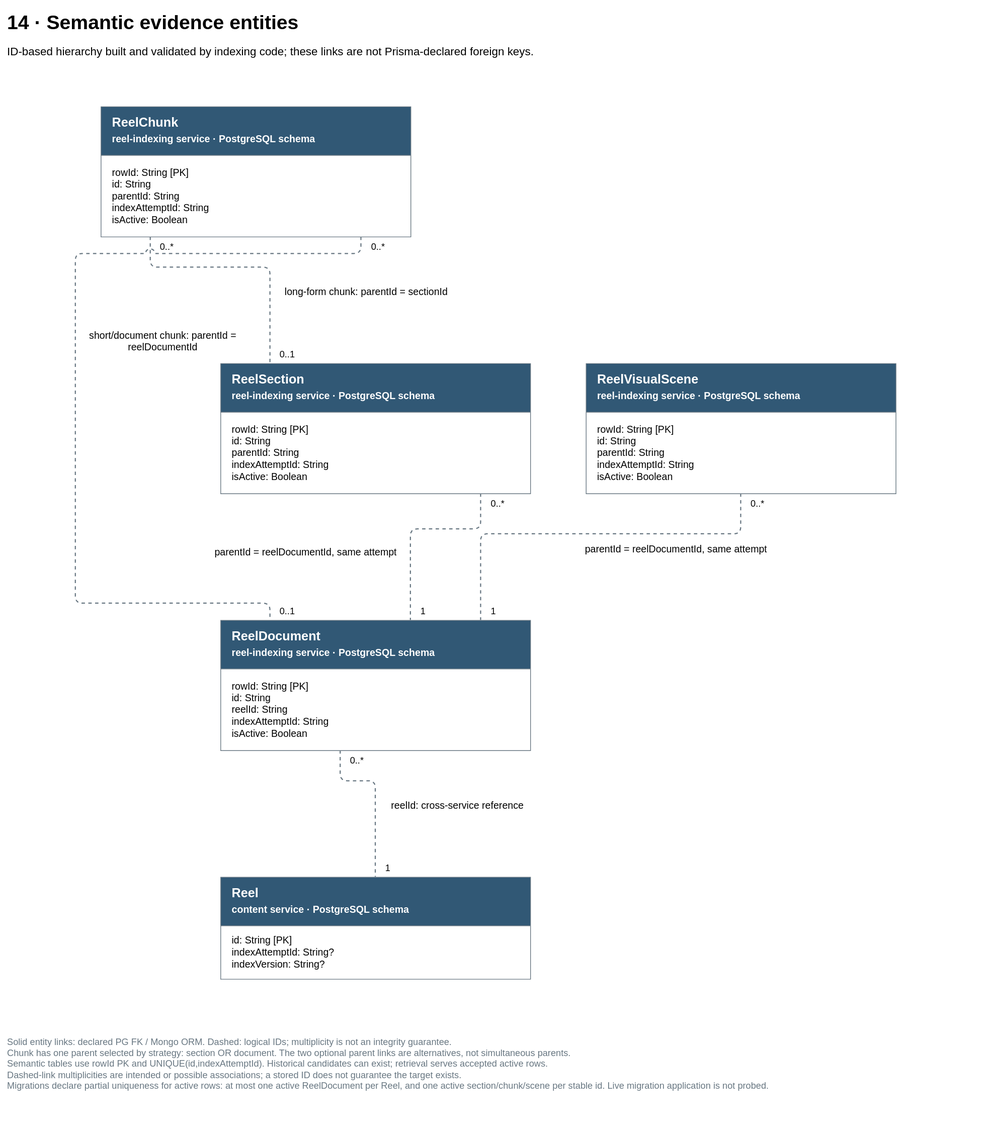
Before: docs/diagrams/velora-current/importable-svg/14-semantic-hierarchy.drawio.svg, a diagram exported from draw.io (HieuCuteDangYeu/velora-backend). Source tidied: cells renumbered, new cells last; positions are measured from the earlier drawing's top-left corner, leaving out a move shared by most shapes.
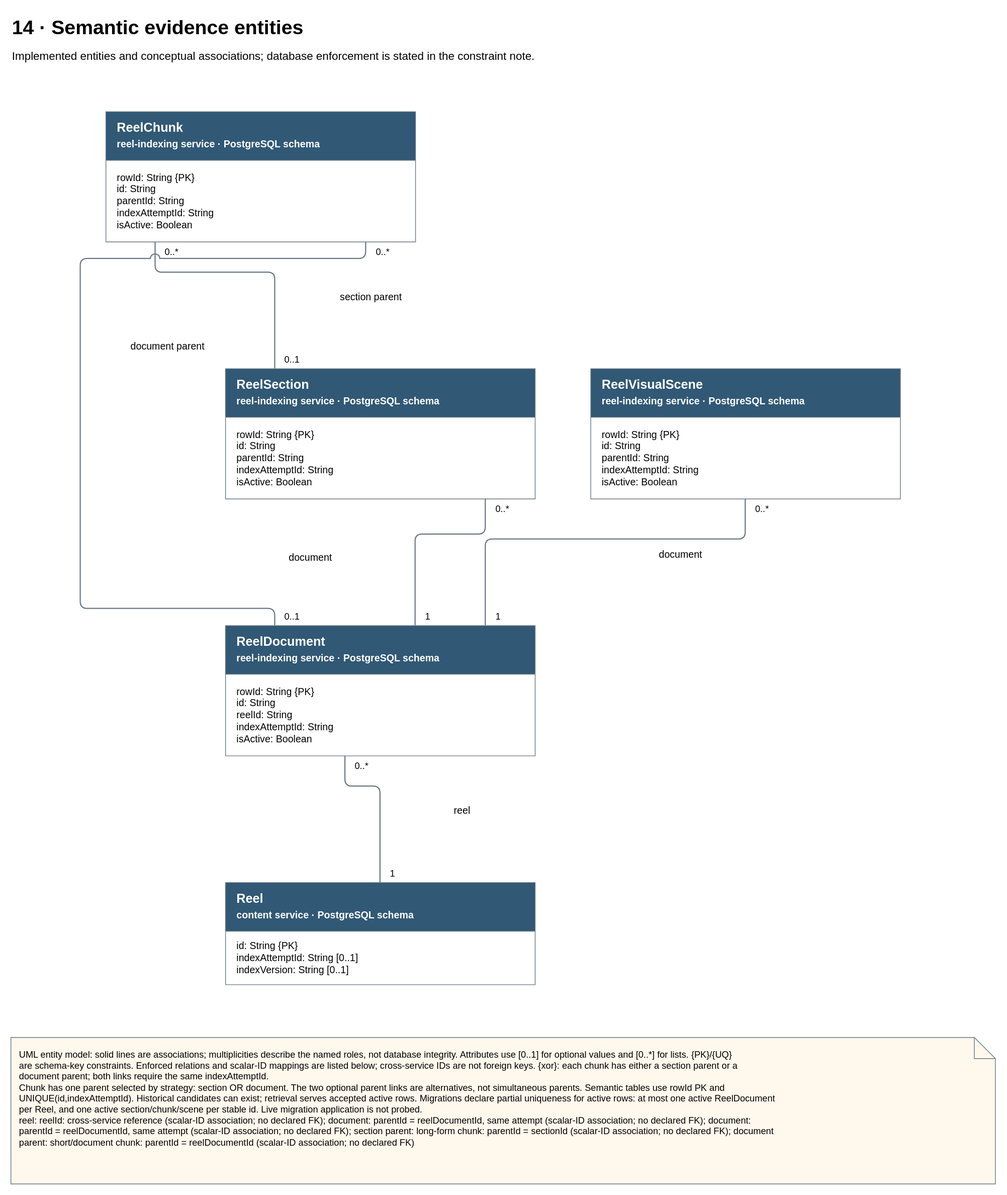
After the commit.

The edit, as a diff of the source:
```diff
@@ -2,7 +2,7 @@
   <root>
     <mxCell id="0" style="fontFamily=Arial;" />
     <mxCell id="1" style="fontFamily=Arial;" parent="0" />
-    <mxCell id="2" style="edgeStyle=none;noEdgeStyle=1;html=1;strokeColor=#687782;strokeWidth=1.6;jumpStyle=arc;jumpSize=12;exitPerimeter=0;entryPerimeter=0;exitX=0.38666666666666666;exitY=1.0;entryX=0.5;entryY=0.0;endArrow=none;dashed=1;fontFamily=Arial;" parent="1" edge="1" source="24" target="22">
+    <mxCell id="2" style="edgeStyle=none;noEdgeStyle=1;html=1;strokeColor=#687782;strokeWidth=1.6;jumpStyle=arc;jumpSize=12;exitPerimeter=0;entryPerimeter=0;exitX=0.38666666666666666;exitY=1.0;entryX=0.5;entryY=0.0;endArrow=none;fontFamily=Arial;" parent="1" edge="1" source="24" target="22">
       <mxGeometry relative="1" as="geometry">
         <Array as="points">
           <mxPoint x="475.1" y="1101.4" />
@@ -10,7 +10,7 @@
         </Array>
       </mxGeometry>
     </mxCell>
-    <mxCell id="3" value="reelId: cross-service reference" style="text;html=1;whiteSpace=wrap;overflow=hidden;fontFamily=Arial;fontSize=14;align=center;verticalAlign=middle;fillColor=#ffffff;spacing=0;fontFamily=Arial;" parent="1" vertex="1">
+    <mxCell id="3" value="reel" style="text;html=1;whiteSpace=wrap;overflow=hidden;fontFamily=Arial;fontSize=14;align=center;verticalAlign=middle;fillColor=#ffffff;spacing=0;fontFamily=Arial;" parent="1" vertex="1">
       <mxGeometry x="532" y="1119.5" width="219.4" height="32" as="geometry" />
     </mxCell>
     <mxCell id="4" value="0..*" style="text;html=1;whiteSpace=wrap;overflow=hidden;fontFamily=Arial;fontSize=13;align=left;verticalAlign=middle;fontFamily=Arial;" parent="1" vertex="1">
@@ -19,7 +19,7 @@
     <mxCell id="5" value="1" style="text;html=1;whiteSpace=wrap;overflow=hidden;fontFamily=Arial;fontSize=13;align=left;verticalAlign=middle;fontFamily=Arial;" parent="1" vertex="1">
       <mxGeometry x="537" y="1215" width="48" height="18" as="geometry" />
     </mxCell>
-    <mxCell id="6" style="edgeStyle=none;noEdgeStyle=1;html=1;strokeColor=#687782;strokeWidth=1.6;jumpStyle=arc;jumpSize=12;exitPerimeter=0;entryPerimeter=0;exitX=0.8400000000000001;exitY=1.0;entryX=0.6133333333333334;entryY=0.0;endArrow=none;dashed=1;fontFamily=Arial;" parent="1" edge="1" source="26" target="24">
+    <mxCell id="6" style="edgeStyle=none;noEdgeStyle=1;html=1;strokeColor=#687782;strokeWidth=1.6;jumpStyle=arc;jumpSize=12;exitPerimeter=0;entryPerimeter=0;exitX=0.8400000000000001;exitY=1.0;entryX=0.6133333333333334;entryY=0.0;endArrow=none;fontFamily=Arial;" parent="1" edge="1" source="26" target="24">
       <mxGeometry relative="1" as="geometry">
         <Array as="points">
           <mxPoint x="674.6" y="743.4" />
@@ -27,7 +27,7 @@
         </Array>
       </mxGeometry>
     </mxCell>
-    <mxCell id="7" value="parentId = reelDocumentId, same attempt" style="text;html=1;whiteSpace=wrap;overflow=hidden;fontFamily=Arial;fontSize=14;align=center;verticalAlign=middle;fillColor=#ffffff;spacing=0;fontFamily=Arial;" parent="1" vertex="1">
+    <mxCell id="7" value="document" style="text;html=1;whiteSpace=wrap;overflow=hidden;fontFamily=Arial;fontSize=14;align=center;verticalAlign=middle;fillColor=#ffffff;spacing=0;fontFamily=Arial;" parent="1" vertex="1">
       <mxGeometry x="284.1" y="759.8" width="283.8" height="32" as="geometry" />
     </mxCell>
     <mxCell id="8" value="0..*" style="text;html=1;whiteSpace=wrap;overflow=hidden;fontFamily=Arial;fontSize=13;align=left;verticalAlign=middle;fontFamily=Arial;" parent="1" vertex="1">
@@ -36,7 +36,7 @@
     <mxCell id="9" value="1" style="text;html=1;whiteSpace=wrap;overflow=hidden;fontFamily=Arial;fontSize=13;align=left;verticalAlign=middle;fontFamily=Arial;" parent="1" vertex="1">
       <mxGeometry x="586.9" y="850" width="48" height="18" as="geometry" />
     </mxCell>
-    <mxCell id="10" style="edgeStyle=none;noEdgeStyle=1;html=1;strokeColor=#687782;strokeWidth=1.6;jumpStyle=arc;jumpSize=12;exitPerimeter=0;entryPerimeter=0;exitX=0.5;exitY=1.0;entryX=0.8400000000000001;entryY=0.0;endArrow=none;dashed=1;fontFamily=Arial;" parent="1" edge="1" source="30" target="24">
+    <mxCell id="10" style="edgeStyle=none;noEdgeStyle=1;html=1;strokeColor=#687782;strokeWidth=1.6;jumpStyle=arc;jumpSize=12;exitPerimeter=0;entryPerimeter=0;exitX=0.5;exitY=1.0;entryX=0.8400000000000001;entryY=0.0;endArrow=none;fontFamily=Arial;" parent="1" edge="1" source="30" target="24">
       <mxGeometry relative="1" as="geometry">
         <Array as="points">
           <mxPoint x="1044" y="750.4" />
@@ -44,7 +44,7 @@
         </Array>
       </mxGeometry>
     </mxCell>
-    <mxCell id="11" value="parentId = reelDocumentId, same attempt" style="text;html=1;whiteSpace=wrap;overflow=hidden;fontFamily=Arial;fontSize=14;align=center;verticalAlign=middle;fillColor=#ffffff;spacing=0;fontFamily=Arial;" parent="1" vertex="1">
+    <mxCell id="11" value="document" style="text;html=1;whiteSpace=wrap;overflow=hidden;fontFamily=Arial;fontSize=14;align=center;verticalAlign=middle;fillColor=#ffffff;spacing=0;fontFamily=Arial;" parent="1" vertex="1">
       <mxGeometry x="809.8" y="756.4" width="283.8" height="32" as="geometry" />
     </mxCell>
     <mxCell id="12" value="0..*" style="text;html=1;whiteSpace=wrap;overflow=hidden;fontFamily=Arial;fontSize=13;align=left;verticalAlign=middle;fontFamily=Arial;" parent="1" vertex="1">
@@ -53,7 +53,7 @@
     <mxCell id="13" value="1" style="text;html=1;whiteSpace=wrap;overflow=hidden;fontFamily=Arial;fontSize=13;align=left;verticalAlign=middle;fontFamily=Arial;" parent="1" vertex="1">
       <mxGeometry x="686.6" y="850" width="48" height="18" as="geometry" />
     </mxCell>
-    <mxCell id="14" style="edgeStyle=none;noEdgeStyle=1;html=1;strokeColor=#687782;strokeWidth=1.6;jumpStyle=arc;jumpSize=12;exitPerimeter=0;entryPerimeter=0;exitX=0.15999999999999995;exitY=1.0;entryX=0.15999999999999995;entryY=0.0;endArrow=none;dashed=1;fontFamily=Arial;" parent="1" edge="1" source="28" target="26">
+    <mxCell id="14" style="edgeStyle=none;noEdgeStyle=1;html=1;strokeColor=#687782;strokeWidth=1.6;jumpStyle=arc;jumpSize=12;exitPerimeter=0;entryPerimeter=0;exitX=0.15999999999999995;exitY=1.0;entryX=0.15999999999999995;entryY=0.0;endArrow=none;fontFamily=Arial;" parent="1" edge="1" source="28" target="26">
       <mxGeometry relative="1" as="geometry">
         <Array as="points">
           <mxPoint x="205.4" y="371.4" />
@@ -61,7 +61,7 @@
         </Array>
       </mxGeometry>
     </mxCell>
-    <mxCell id="15" value="long-form chunk: parentId = sectionId" style="text;html=1;whiteSpace=wrap;overflow=hidden;fontFamily=Arial;fontSize=14;align=center;verticalAlign=middle;fillColor=#ffffff;spacing=0;fontFamily=Arial;" parent="1" vertex="1">
+    <mxCell id="15" value="section parent" style="text;html=1;whiteSpace=wrap;overflow=hidden;fontFamily=Arial;fontSize=14;align=center;verticalAlign=middle;fillColor=#ffffff;spacing=0;fontFamily=Arial;" parent="1" vertex="1">
       <mxGeometry x="382.4" y="389.5" width="260.2" height="32" as="geometry" />
     </mxCell>
     <mxCell id="16" value="0..*" style="text;html=1;whiteSpace=wrap;overflow=hidden;fontFamily=Arial;fontSize=13;align=left;verticalAlign=middle;fontFamily=Arial;" parent="1" vertex="1">
@@ -70,7 +70,7 @@
     <mxCell id="17" value="0..1" style="text;html=1;whiteSpace=wrap;overflow=hidden;fontFamily=Arial;fontSize=13;align=left;verticalAlign=middle;fontFamily=Arial;" parent="1" vertex="1">
       <mxGeometry x="387.4" y="485" width="48" height="18" as="geometry" />
     </mxCell>
-    <mxCell id="18" style="edgeStyle=none;noEdgeStyle=1;html=1;strokeColor=#687782;strokeWidth=1.6;jumpStyle=arc;jumpSize=12;exitPerimeter=0;entryPerimeter=0;exitX=0.8400000000000001;exitY=1.0;entryX=0.15999999999999995;entryY=0.0;endArrow=none;dashed=1;fontFamily=Arial;" parent="1" edge="1" source="28" target="24">
+    <mxCell id="18" style="edgeStyle=none;noEdgeStyle=1;html=1;strokeColor=#687782;strokeWidth=1.6;jumpStyle=arc;jumpSize=12;exitPerimeter=0;entryPerimeter=0;exitX=0.8400000000000001;exitY=1.0;entryX=0.15999999999999995;entryY=0.0;endArrow=none;fontFamily=Arial;" parent="1" edge="1" source="28" target="24">
       <mxGeometry relative="1" as="geometry">
         <Array as="points">
           <mxPoint x="504.6" y="351.9" />
@@ -80,7 +80,7 @@
         </Array>
       </mxGeometry>
     </mxCell>
-    <mxCell id="19" value="short/document chunk: parentId =&lt;br&gt;reelDocumentId" style="text;html=1;whiteSpace=wrap;overflow=hidden;fontFamily=Arial;fontSize=14;align=center;verticalAlign=middle;fillColor=#ffffff;spacing=0;fontFamily=Arial;" parent="1" vertex="1">
+    <mxCell id="19" value="document parent" style="text;html=1;whiteSpace=wrap;overflow=hidden;fontFamily=Arial;fontSize=14;align=center;verticalAlign=middle;fillColor=#ffffff;spacing=0;fontFamily=Arial;" parent="1" vertex="1">
       <mxGeometry x="106" y="450.2" width="233.9" height="52" as="geometry" />
     </mxCell>
     <mxCell id="20" value="0..*" style="text;html=1;whiteSpace=wrap;overflow=hidden;fontFamily=Arial;fontSize=13;align=left;verticalAlign=middle;fontFamily=Arial;" parent="1" vertex="1">
@@ -92,41 +92,41 @@
     <mxCell id="22" value="&lt;b&gt;Reel&lt;/b&gt;&lt;br&gt;&lt;span style=&quot;font-size:14px;color:#ffffff&quot;&gt;content service · PostgreSQL schema&lt;/span&gt;" style="swimlane;html=1;whiteSpace=wrap;align=left;verticalAlign=middle;startSize=69;fontSize=18;spacingLeft=14;fillColor=#315875;swimlaneFillColor=#ffffff;strokeColor=#687782;horizontal=1;fontFamily=Arial;fontColor=#ffffff;fontFamily=Arial;" parent="1" vertex="1">
       <mxGeometry x="305" y="1238" width="440" height="145" as="geometry" />
     </mxCell>
-    <mxCell id="23" value="id: String [PK]&lt;br&gt;indexAttemptId: String?&lt;br&gt;indexVersion: String?" style="text;html=1;whiteSpace=wrap;overflow=hidden;fontFamily=Arial;fontSize=14;align=left;verticalAlign=middle;spacingLeft=14;spacingRight=14;strokeColor=none;fillColor=none;fontFamily=Arial;" parent="22" vertex="1">
+    <mxCell id="23" value="id: String {PK}&lt;br&gt;indexAttemptId: String [0..1]&lt;br&gt;indexVersion: String [0..1]" style="text;html=1;whiteSpace=wrap;overflow=hidden;fontFamily=Arial;fontSize=14;align=left;verticalAlign=middle;spacingLeft=14;spacingRight=14;strokeColor=none;fillColor=none;fontFamily=Arial;" parent="22" vertex="1">
       <mxGeometry y="69" width="440" height="76" as="geometry" />
     </mxCell>
     <mxCell id="24" value="&lt;b&gt;ReelDocument&lt;/b&gt;&lt;br&gt;&lt;span style=&quot;font-size:14px;color:#ffffff&quot;&gt;reel-indexing service · PostgreSQL schema&lt;/span&gt;" style="swimlane;html=1;whiteSpace=wrap;align=left;verticalAlign=middle;startSize=69;fontSize=18;spacingLeft=14;fillColor=#315875;swimlaneFillColor=#ffffff;strokeColor=#687782;horizontal=1;fontFamily=Arial;fontColor=#ffffff;fontFamily=Arial;" parent="1" vertex="1">
       <mxGeometry x="305" y="873" width="440" height="185" as="geometry" />
     </mxCell>
-    <mxCell id="25" value="rowId: String [PK]&lt;br&gt;id: String&lt;br&gt;reelId: String&lt;br&gt;indexAttemptId: String&lt;br&gt;isActive: Boolean" style="text;html=1;whiteSpace=wrap;overflow=hidden;fontFamily=Arial;fontSize=14;align=left;verticalAlign=middle;spacingLeft=14;spacingRight=14;strokeColor=none;fillColor=none;fontFamily=Arial;" parent="24" vertex="1">
+    <mxCell id="25" value="rowId: String {PK}&lt;br&gt;id: String&lt;br&gt;reelId: String&lt;br&gt;indexAttemptId: String&lt;br&gt;isActive: Boolean" style="text;html=1;whiteSpace=wrap;overflow=hidden;fontFamily=Arial;fontSize=14;align=left;verticalAlign=middle;spacingLeft=14;spacingRight=14;strokeColor=none;fillColor=none;fontFamily=Arial;" parent="24" vertex="1">
       <mxGeometry y="69" width="440" height="116" as="geometry" />
     </mxCell>
     <mxCell id="26" value="&lt;b&gt;ReelSection&lt;/b&gt;&lt;br&gt;&lt;span style=&quot;font-size:14px;color:#ffffff&quot;&gt;reel-indexing service · PostgreSQL schema&lt;/span&gt;" style="swimlane;html=1;whiteSpace=wrap;align=left;verticalAlign=middle;startSize=69;fontSize=18;spacingLeft=14;fillColor=#315875;swimlaneFillColor=#ffffff;strokeColor=#687782;horizontal=1;fontFamily=Arial;fontColor=#ffffff;fontFamily=Arial;" parent="1" vertex="1">
       <mxGeometry x="305" y="508" width="440" height="185" as="geometry" />
     </mxCell>
-    <mxCell id="27" value="rowId: String [PK]&lt;br&gt;id: String&lt;br&gt;parentId: String&lt;br&gt;indexAttemptId: String&lt;br&gt;isActive: Boolean" style="text;html=1;whiteSpace=wrap;overflow=hidden;fontFamily=Arial;fontSize=14;align=left;verticalAlign=middle;spacingLeft=14;spacingRight=14;strokeColor=none;fillColor=none;fontFamily=Arial;" parent="26" vertex="1">
+    <mxCell id="27" value="rowId: String {PK}&lt;br&gt;id: String&lt;br&gt;parentId: String&lt;br&gt;indexAttemptId: String&lt;br&gt;isActive: Boolean" style="text;html=1;whiteSpace=wrap;overflow=hidden;fontFamily=Arial;fontSize=14;align=left;verticalAlign=middle;spacingLeft=14;spacingRight=14;strokeColor=none;fillColor=none;fontFamily=Arial;" parent="26" vertex="1">
       <mxGeometry y="69" width="440" height="116" as="geometry" />
     </mxCell>
     <mxCell id="28" value="&lt;b&gt;ReelChunk&lt;/b&gt;&lt;br&gt;&lt;span style=&quot;font-size:14px;color:#ffffff&quot;&gt;reel-indexing service · PostgreSQL schema&lt;/span&gt;" style="swimlane;html=1;whiteSpace=wrap;align=left;verticalAlign=middle;startSize=69;fontSize=18;spacingLeft=14;fillColor=#315875;swimlaneFillColor=#ffffff;strokeColor=#687782;horizontal=1;fontFamily=Arial;fontColor=#ffffff;fontFamily=Arial;" parent="1" vertex="1">
       <mxGeometry x="135" y="142.9" width="440" height="185" as="geometry" />
     </mxCell>
-    <mxCell id="29" value="rowId: String [PK]&lt;br&gt;id: String&lt;br&gt;parentId: String&lt;br&gt;indexAttemptId: String&lt;br&gt;isActive: Boolean" style="text;html=1;whiteSpace=wrap;overflow=hidden;fontFamily=Arial;fontSize=14;align=left;verticalAlign=middle;spacingLeft=14;spacingRight=14;strokeColor=none;fillColor=none;fontFamily=Arial;" parent="28" vertex="1">
+    <mxCell id="29" value="rowId: String {PK}&lt;br&gt;id: String&lt;br&gt;parentId: String&lt;br&gt;indexAttemptId: String&lt;br&gt;isActive: Boolean" style="text;html=1;whiteSpace=wrap;overflow=hidden;fontFamily=Arial;fontSize=14;align=left;verticalAlign=middle;spacingLeft=14;spacingRight=14;strokeColor=none;fillColor=none;fontFamily=Arial;" parent="28" vertex="1">
       <mxGeometry y="69" width="440" height="116" as="geometry" />
     </mxCell>
     <mxCell id="30" value="&lt;b&gt;ReelVisualScene&lt;/b&gt;&lt;br&gt;&lt;span style=&quot;font-size:14px;color:#ffffff&quot;&gt;reel-indexing service · PostgreSQL schema&lt;/span&gt;" style="swimlane;html=1;whiteSpace=wrap;align=left;verticalAlign=middle;startSize=69;fontSize=18;spacingLeft=14;fillColor=#315875;swimlaneFillColor=#ffffff;strokeColor=#687782;horizontal=1;fontFamily=Arial;fontColor=#ffffff;fontFamily=Arial;" parent="1" vertex="1">
       <mxGeometry x="824" y="508" width="440" height="185" as="geometry" />
     </mxCell>
-    <mxCell id="31" value="rowId: String [PK]&lt;br&gt;id: String&lt;br&gt;parentId: String&lt;br&gt;indexAttemptId: String&lt;br&gt;isActive: Boolean" style="text;html=1;whiteSpace=wrap;overflow=hidden;fontFamily=Arial;fontSize=14;align=left;verticalAlign=middle;spacingLeft=14;spacingRight=14;strokeColor=none;fillColor=none;fontFamily=Arial;" parent="30" vertex="1">
+    <mxCell id="31" value="rowId: String {PK}&lt;br&gt;id: String&lt;br&gt;parentId: String&lt;br&gt;indexAttemptId: String&lt;br&gt;isActive: Boolean" style="text;html=1;whiteSpace=wrap;overflow=hidden;fontFamily=Arial;fontSize=14;align=left;verticalAlign=middle;spacingLeft=14;spacingRight=14;strokeColor=none;fillColor=none;fontFamily=Arial;" parent="30" vertex="1">
       <mxGeometry y="69" width="440" height="116" as="geometry" />
     </mxCell>
     <mxCell id="32" value="14 · Semantic evidence entities" style="text;html=1;whiteSpace=wrap;overflow=hidden;fontFamily=Arial;fontSize=28;fontStyle=1;align=left;fontFamily=Arial;" parent="1" vertex="1">
       <mxGeometry width="1399" height="45" as="geometry" />
     </mxCell>
-    <mxCell id="33" value="ID-based hierarchy built and validated by indexing code; these links are not Prisma-declared foreign keys." style="text;html=1;whiteSpace=wrap;overflow=hidden;fontFamily=Arial;fontSize=16;align=left;fontFamily=Arial;" parent="1" vertex="1">
+    <mxCell id="33" value="Implemented entities and conceptual associations; database enforcement is stated in the constraint note." style="text;html=1;whiteSpace=wrap;overflow=hidden;fontFamily=Arial;fontSize=16;align=left;fontFamily=Arial;" parent="1" vertex="1">
       <mxGeometry y="48" width="1399" height="65" as="geometry" />
     </mxCell>
-    <mxCell id="34" value="Solid entity links: declared PG FK / Mongo ORM. Dashed: logical IDs; multiplicity is not an integrity guarantee.&lt;br&gt;Chunk has one parent selected by strategy: section OR document. The two optional parent links are alternatives, not simultaneous parents.&lt;br&gt;Semantic tables use rowId PK and UNIQUE(id,indexAttemptId). Historical candidates can exist; retrieval serves accepted active rows.&lt;br&gt;Dashed-link multiplicities are intended or possible associations; a stored ID does not guarantee the target exists.&lt;br&gt;Migrations declare partial uniqueness for active rows: at most one active ReelDocument per Reel, and one active section/chunk/scene per stable id. Live migration application is not probed." style="text;html=1;whiteSpace=wrap;overflow=hidden;fontFamily=Arial;fontSize=13;align=left;verticalAlign=top;fontColor=#687782;fontFamily=Arial;" parent="1" vertex="1">
-      <mxGeometry y="1458" width="1399" height="137" as="geometry" />
+    <mxCell id="34" value="UML entity model: solid lines are associations; multiplicities describe the named roles, not database integrity. Attributes use [0..1] for optional values and [0..*] for lists. {PK}/{UQ}&lt;br&gt;are schema-key constraints. Enforced relations and scalar-ID mappings are listed below; cross-service IDs are not foreign keys. {xor}: each chunk has either a section parent or a&lt;br&gt;document parent; both links require the same indexAttemptId.&lt;br&gt;Chunk has one parent selected by strategy: section OR document. The two optional parent links are alternatives, not simultaneous parents. Semantic tables use rowId PK and&lt;br&gt;UNIQUE(id,indexAttemptId). Historical candidates can exist; retrieval serves accepted active rows.  Migrations declare partial uniqueness for active rows: at most one active ReelDocument&lt;br&gt;per Reel, and one active section/chunk/scene per stable id. Live migration application is not probed.&lt;br&gt;reel: reelId: cross-service reference (scalar-ID association; no declared FK); document: parentId = reelDocumentId, same attempt (scalar-ID association; no declared FK); document:&lt;br&gt;parentId = reelDocumentId, same attempt (scalar-ID association; no declared FK); section parent: long-form chunk: parentId = sectionId (scalar-ID association; no declared FK); document&lt;br&gt;parent: short/document chunk: parentId = reelDocumentId (scalar-ID association; no declared FK)" style="shape=note;html=1;whiteSpace=wrap;overflow=hidden;fontFamily=Arial;fontSize=13;align=left;verticalAlign=top;spacing=12;fillColor=#fff8ed;strokeColor=#687782;" parent="1" vertex="1">
+      <mxGeometry y="1458" width="1399" height="208" as="geometry" />
     </mxCell>
   </root>
 </mxGraphModel>
```
